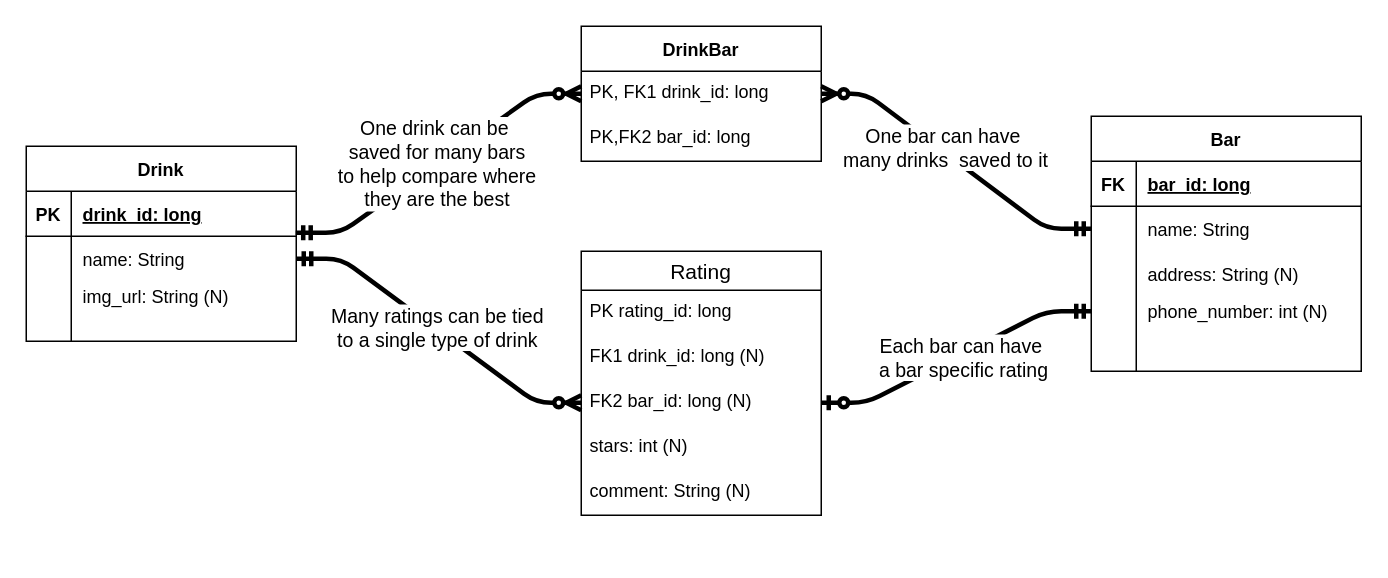
Earlier version of the draw.io diagram docs/img/drawio/erd.drawio (tnordquist/personal-android-project-rbrazell1). Source tidied: cells renumbered, new cells numbered last; positions are measured from the earlier drawing's top-left corner, leaving out a move shared by most shapes. Both pictures are drawn from the tidied source at 150%, with x=0, y=0 at pixel (26, 26).
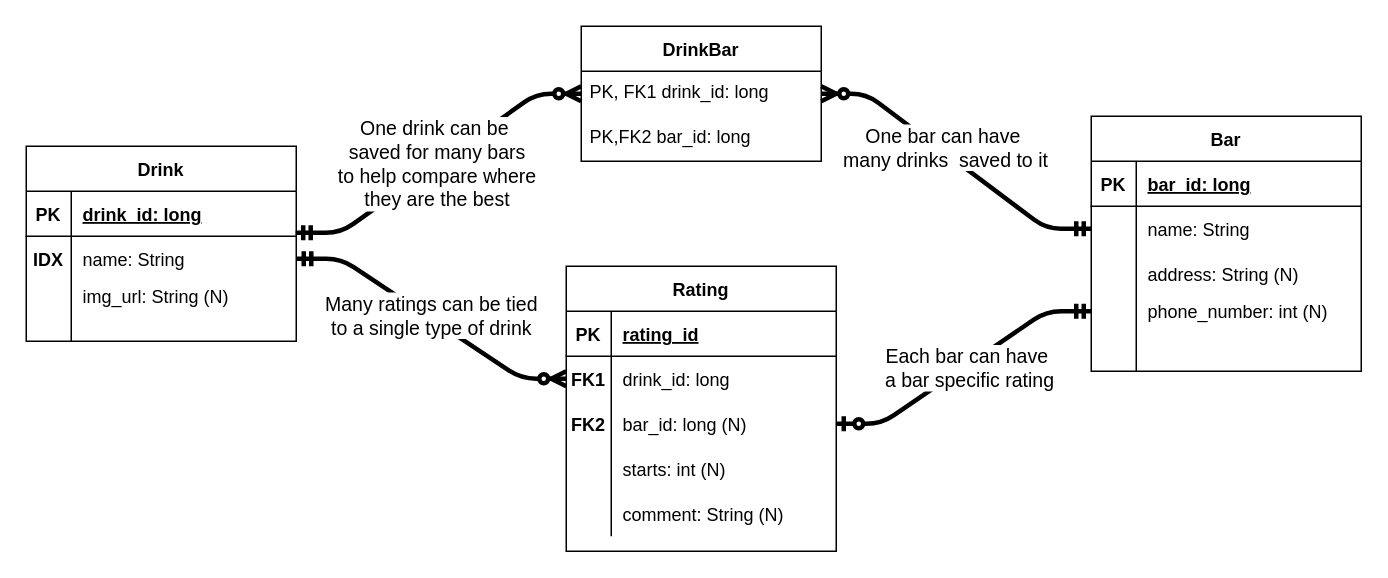
Above is the later version.

Commit message (it also covers changes not shown here):
corrections from notes: ERD, Wireframe, Services

The change refers to these unchanged cells:
```xml
<mxCell id="6" style="shape=partialRectangle;fillColor=none;top=0;left=0;bottom=0;right=0;points=[[0,0.5],[1,0.5]];portConstraint=eastwest;" parent="2" vertex="1">
  <mxGeometry y="60" width="180" height="30" as="geometry" />
</mxCell>
<mxCell id="16" style="shape=partialRectangle;fillColor=none;top=0;left=0;bottom=1;right=0;" parent="15" vertex="1">
  <mxGeometry y="30" width="180" height="30" as="geometry" />
</mxCell>
<mxCell id="25" style="shape=partialRectangle;fillColor=none;top=0;left=0;bottom=0;right=0;points=[[0,0.5],[1,0.5]];portConstraint=eastwest;" parent="15" vertex="1">
  <mxGeometry y="120" width="180" height="20" as="geometry" />
</mxCell>
```

Change to the diagram source:
```diff
@@
-    <mxCell id="7" style="shape=partialRectangle;fillColor=none;top=0;left=0;bottom=0;right=0;overflow=hidden;" parent="6" vertex="1">
+    <mxCell id="7" value="IDX" style="shape=partialRectangle;fillColor=none;top=0;left=0;bottom=0;right=0;overflow=hidden;fontStyle=1;" parent="6" vertex="1">
       <mxGeometry width="30" height="30" as="geometry" />
     </mxCell>
@@
-    <mxCell id="17" value="FK" style="shape=partialRectangle;fillColor=none;top=0;left=0;bottom=0;right=0;fontStyle=1;overflow=hidden;" parent="16" vertex="1">
+    <mxCell id="17" value="PK" style="shape=partialRectangle;fillColor=none;top=0;left=0;bottom=0;right=0;fontStyle=1;overflow=hidden;" parent="16" vertex="1">
       <mxGeometry width="30" height="30" as="geometry" />
     </mxCell>
@@
-    <mxCell id="31" value="Rating" style="swimlane;fontStyle=0;horizontal=1;startSize=26;align=center;fontSize=14;" parent="1" vertex="1">
-      <mxGeometry x="370" y="150" width="160" height="176" as="geometry" />
-    </mxCell>
-    <mxCell id="32" value="PK rating_id: long" style="text;strokeColor=none;fillColor=none;spacingLeft=4;spacingRight=4;overflow=hidden;fontSize=12;" parent="31" vertex="1">
-      <mxGeometry y="26" width="160" height="30" as="geometry" />
-    </mxCell>
-    <mxCell id="33" value="FK1 drink_id: long (N)" style="text;strokeColor=none;fillColor=none;spacingLeft=4;spacingRight=4;overflow=hidden;fontSize=12;" parent="31" vertex="1">
-      <mxGeometry y="56" width="160" height="30" as="geometry" />
-    </mxCell>
-    <mxCell id="34" value="FK2 bar_id: long (N)" style="text;strokeColor=none;fillColor=none;spacingLeft=4;spacingRight=4;overflow=hidden;points=[[0,0.5],[1,0.5]];portConstraint=eastwest;fontSize=12;" parent="31" vertex="1">
-      <mxGeometry y="86" width="160" height="30" as="geometry" />
-    </mxCell>
-    <mxCell id="35" value="stars: int (N)" style="text;strokeColor=none;fillColor=none;spacingLeft=4;spacingRight=4;overflow=hidden;fontSize=12;" parent="31" vertex="1">
-      <mxGeometry y="116" width="160" height="30" as="geometry" />
-    </mxCell>
-    <mxCell id="36" value="comment: String (N)" style="text;strokeColor=none;fillColor=none;spacingLeft=4;spacingRight=4;overflow=hidden;fontSize=12;" parent="31" vertex="1">
-      <mxGeometry y="146" width="160" height="30" as="geometry" />
-    </mxCell>
-    <mxCell id="37" style="edgeStyle=entityRelationEdgeStyle;fontSize=12;html=1;endArrow=ERzeroToMany;startArrow=ERmandOne;strokeWidth=3;exitX=1;exitY=0.5;exitDx=0;exitDy=0;entryX=0;entryY=0.5;entryDx=0;entryDy=0;" parent="1" edge="1" source="6" target="34">
+    <mxCell id="37" style="edgeStyle=entityRelationEdgeStyle;fontSize=12;html=1;endArrow=ERzeroToMany;startArrow=ERmandOne;strokeWidth=3;exitX=1;exitY=0.5;exitDx=0;exitDy=0;entryX=0;entryY=0.5;entryDx=0;entryDy=0;" parent="1" edge="1" source="6" target="51">
       <mxGeometry relative="1" as="geometry" />
     </mxCell>
@@
-    <mxCell id="46" style="edgeStyle=entityRelationEdgeStyle;fontSize=12;html=1;endArrow=ERzeroToOne;startArrow=ERmandOne;strokeWidth=3;exitX=0;exitY=0.5;exitDx=0;exitDy=0;entryX=1;entryY=0.5;entryDx=0;entryDy=0;" parent="1" edge="1" source="25" target="34">
+    <mxCell id="46" style="edgeStyle=entityRelationEdgeStyle;fontSize=12;html=1;endArrow=ERzeroToOne;startArrow=ERmandOne;strokeWidth=3;exitX=0;exitY=0.5;exitDx=0;exitDy=0;entryX=1;entryY=0.5;entryDx=0;entryDy=0;" parent="1" edge="1" source="25" target="54">
       <mxGeometry relative="1" as="geometry" />
     </mxCell>
@@
+    <mxCell id="31" value="Rating" style="shape=table;startSize=30;childLayout=tableLayout;rowLines=0;fontStyle=1;align=center;" parent="1" vertex="1">
+      <mxGeometry x="360" y="160" width="180" height="190" as="geometry" />
+    </mxCell>
+    <mxCell id="48" style="shape=partialRectangle;fillColor=none;top=0;left=0;bottom=1;right=0;" parent="31" vertex="1">
+      <mxGeometry y="30" width="180" height="30" as="geometry" />
+    </mxCell>
+    <mxCell id="49" value="PK" style="shape=partialRectangle;fillColor=none;top=0;left=0;bottom=0;right=0;fontStyle=1;overflow=hidden;" parent="48" vertex="1">
+      <mxGeometry width="30" height="30" as="geometry" />
+    </mxCell>
+    <mxCell id="50" value="rating_id" style="shape=partialRectangle;fillColor=none;top=0;left=0;bottom=0;right=0;align=left;spacingLeft=6;fontStyle=5;overflow=hidden;" parent="48" vertex="1">
+      <mxGeometry x="30" width="150" height="30" as="geometry" />
+    </mxCell>
+    <mxCell id="51" style="shape=partialRectangle;fillColor=none;top=0;left=0;bottom=0;right=0;points=[[0,0.5],[1,0.5]];portConstraint=eastwest;" parent="31" vertex="1">
+      <mxGeometry y="60" width="180" height="30" as="geometry" />
+    </mxCell>
+    <mxCell id="52" value="FK1" style="shape=partialRectangle;fillColor=none;top=0;left=0;bottom=0;right=0;overflow=hidden;fontStyle=1;" parent="51" vertex="1">
+      <mxGeometry width="30" height="30" as="geometry" />
+    </mxCell>
+    <mxCell id="53" value="drink_id: long" style="shape=partialRectangle;fillColor=none;top=0;left=0;bottom=0;right=0;align=left;spacingLeft=6;overflow=hidden;" parent="51" vertex="1">
+      <mxGeometry x="30" width="150" height="30" as="geometry" />
+    </mxCell>
+    <mxCell id="54" style="shape=partialRectangle;fillColor=none;top=0;left=0;bottom=0;right=0;points=[[0,0.5],[1,0.5]];portConstraint=eastwest;" parent="31" vertex="1">
+      <mxGeometry y="90" width="180" height="30" as="geometry" />
+    </mxCell>
+    <mxCell id="55" value="FK2" style="shape=partialRectangle;fillColor=none;top=0;left=0;bottom=0;right=0;overflow=hidden;fontStyle=1;" parent="54" vertex="1">
+      <mxGeometry width="30" height="30" as="geometry" />
+    </mxCell>
+    <mxCell id="56" value="bar_id: long (N)" style="shape=partialRectangle;fillColor=none;top=0;left=0;bottom=0;right=0;align=left;spacingLeft=6;overflow=hidden;" parent="54" vertex="1">
+      <mxGeometry x="30" width="150" height="30" as="geometry" />
+    </mxCell>
+    <mxCell id="57" style="shape=partialRectangle;fillColor=none;top=0;left=0;bottom=0;right=0;" parent="31" vertex="1">
+      <mxGeometry y="120" width="180" height="30" as="geometry" />
+    </mxCell>
+    <mxCell id="58" style="shape=partialRectangle;fillColor=none;top=0;left=0;bottom=0;right=0;overflow=hidden;" parent="57" vertex="1">
+      <mxGeometry width="30" height="30" as="geometry" />
+    </mxCell>
+    <mxCell id="59" value="starts: int (N)" style="shape=partialRectangle;fillColor=none;top=0;left=0;bottom=0;right=0;align=left;spacingLeft=6;overflow=hidden;" parent="57" vertex="1">
+      <mxGeometry x="30" width="150" height="30" as="geometry" />
+    </mxCell>
+    <mxCell id="60" style="shape=partialRectangle;fillColor=none;top=0;left=0;bottom=0;right=0;" parent="31" vertex="1">
+      <mxGeometry y="150" width="180" height="30" as="geometry" />
+    </mxCell>
+    <mxCell id="61" style="shape=partialRectangle;fillColor=none;top=0;left=0;bottom=0;right=0;overflow=hidden;" parent="60" vertex="1">
+      <mxGeometry width="30" height="30" as="geometry" />
+    </mxCell>
+    <mxCell id="36" value="comment: String (N)" style="shape=partialRectangle;fillColor=none;top=0;left=0;bottom=0;right=0;align=left;spacingLeft=6;overflow=hidden;" parent="60" vertex="1">
+      <mxGeometry x="30" width="150" height="30" as="geometry" />
+    </mxCell>
```
